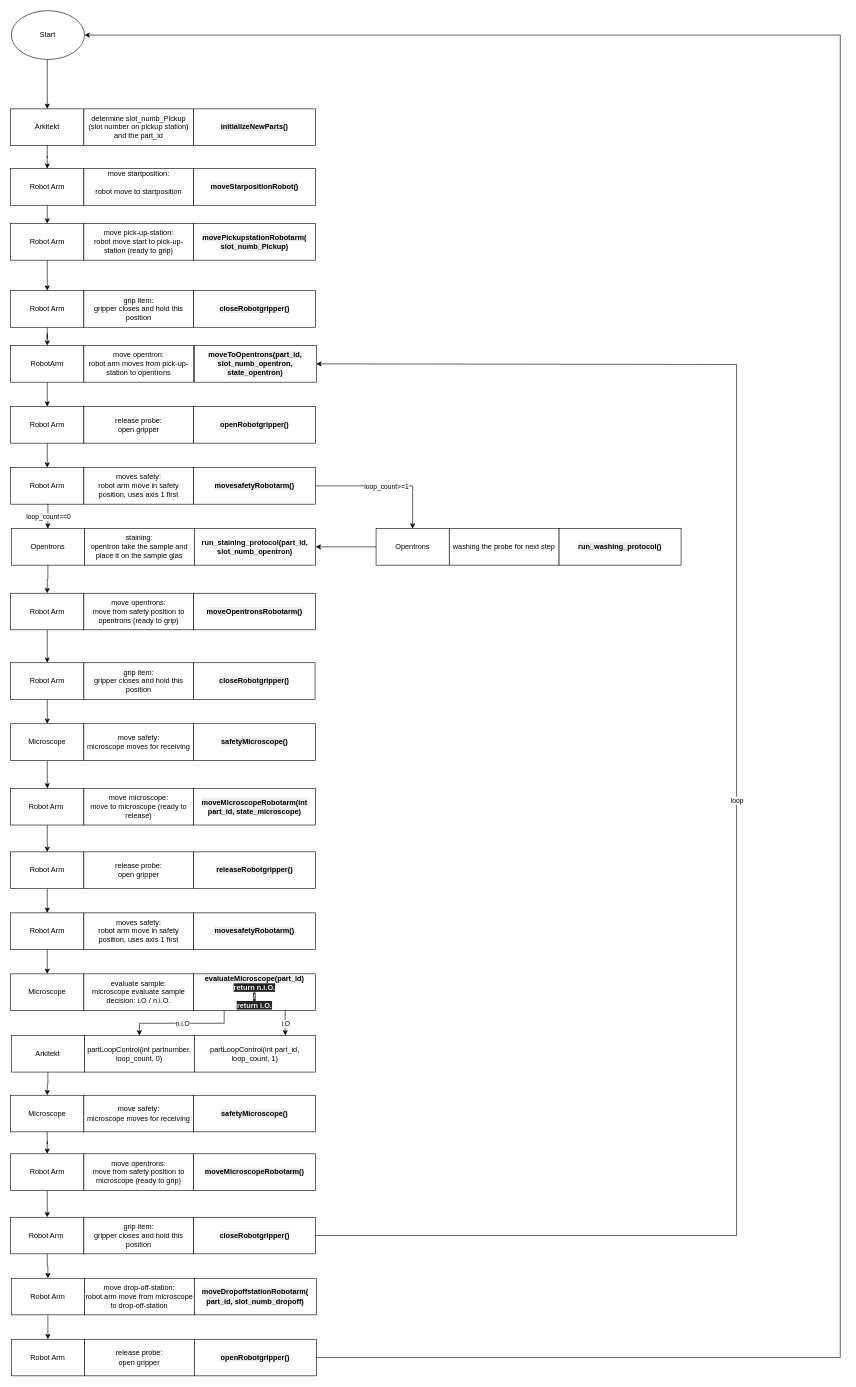
Before: Workflow.drawio in stainSTORM/smart_arkitekt, a draw.io diagram. Source tidied: cells renumbered, new cells numbered last; positions are measured from the earlier drawing's top-left corner, leaving out a move shared by most shapes. Both pictures are drawn from the tidied source at 61%, with x=0, y=0 at pixel (10, 10).
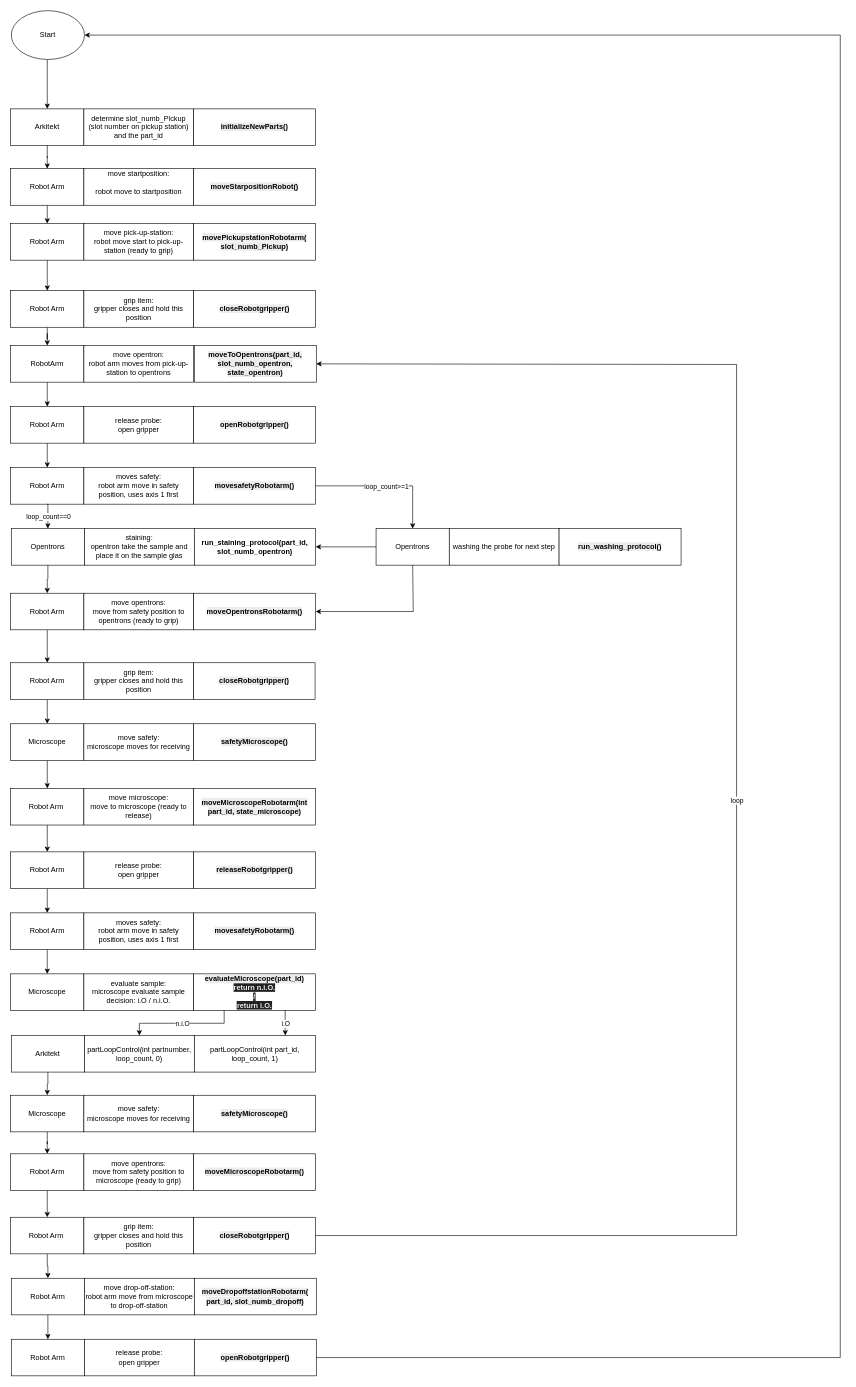
The same diagram, later.

Commit message:
update of the washing process

The change refers to these unchanged cells:
```xml
<mxCell id="29" value="&lt;b style=&quot;forced-color-adjust: none; color: rgb(0, 0, 0); font-family: Helvetica; font-size: 12px; font-style: normal; font-variant-ligatures: normal; font-variant-caps: normal; letter-spacing: normal; orphans: 2; text-align: center; text-indent: 0px; text-transform: none; widows: 2; word-spacing: 0px; -webkit-text-stroke-width: 0px; white-space: normal; background-color: rgb(236, 236, 236); text-decoration-thickness: initial; text-decoration-style: initial; text-decoration-color: initial;&quot;&gt;moveOpentronsRobotarm()&lt;/b&gt;" style="rounded=0;whiteSpace=wrap;html=1;" parent="1" vertex="1">
  <mxGeometry x="300" y="955" width="200" height="60" as="geometry" />
</mxCell>
<mxCell id="70" value="Opentrons" style="rounded=0;whiteSpace=wrap;html=1;" parent="1" vertex="1">
  <mxGeometry x="599" y="849" width="120" height="60" as="geometry" />
</mxCell>
```

The edit, as a diff of the source:
```diff
@@
+    <mxCell id="100" style="endArrow=classic;html=1;rounded=0;exitX=0.5;exitY=1;exitDx=0;exitDy=0;entryX=1;entryY=0.5;entryDx=0;entryDy=0;" parent="1" edge="1" source="70" target="29">
+      <mxGeometry relative="1" as="geometry">
+        <Array as="points">
+          <mxPoint x="660" y="985" />
+        </Array>
+      </mxGeometry>
+    </mxCell>
```
